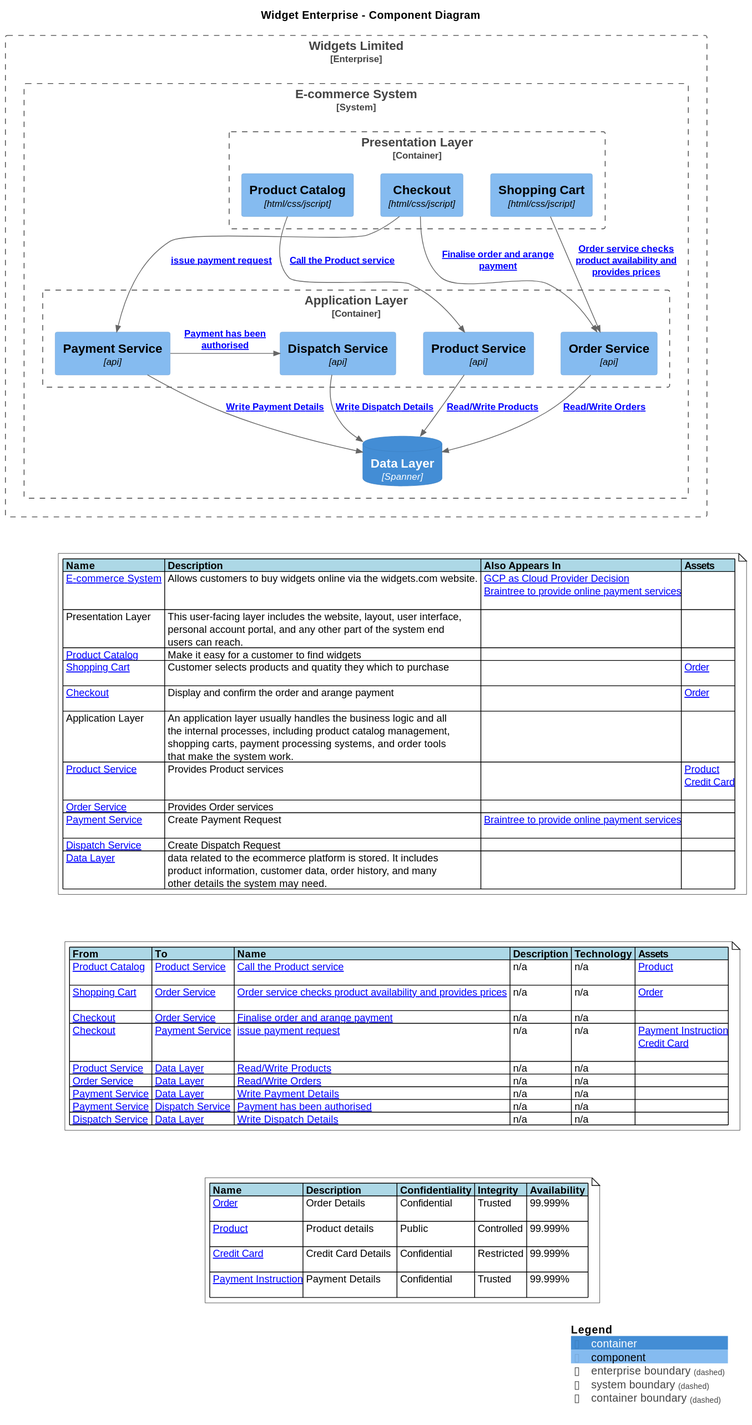
Earlier version of the PlantUML export docs/widget component view with assets.svg (gobravedave/C4-Plantuml-Helper).
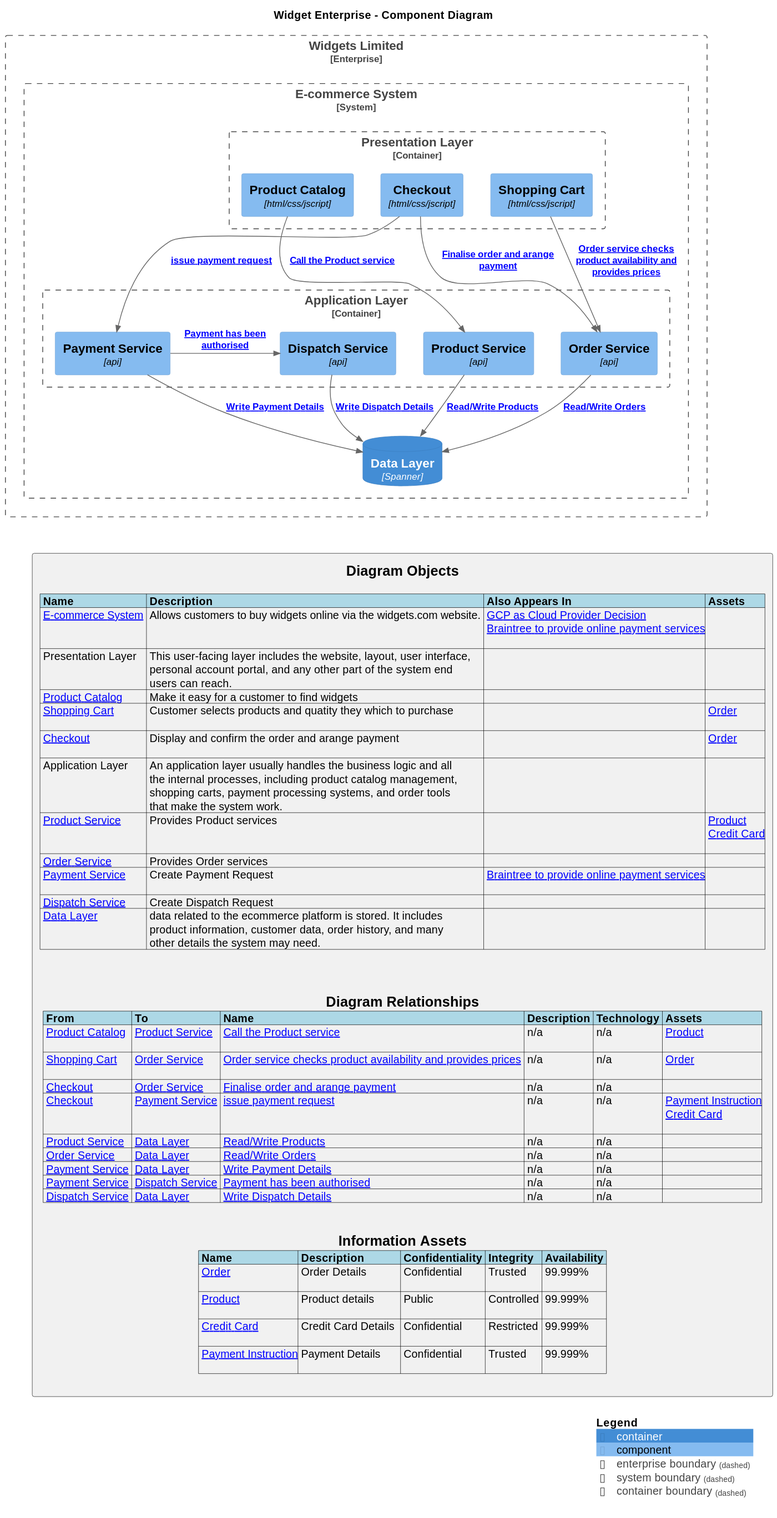
Later version of the same file.

Change to the diagram source:
```diff
@@ -5,13 +5,17 @@
 %set_variable_value("$INCLUDE_DESC", "N")
 %set_variable_value("$INCLUDE_ASSETS", "Y")
 C4_DIAGRAM(widget)
+rectangle c4h [
+=Diagram Objects
 SHOW_OBJECT_TABLE()
+
+=Diagram Relationships
 SHOW_REL_TABLE()
+
+=Information Assets
 SHOW_ASSET_TABLE()
+]
 SHOW_LEGEND()
 
-datatier.[hidden].c4h_object_table
-datatier.[hidden].c4h_object_table
-c4h_object_table.[hidden].c4h_relationship_table
-c4h_relationship_table.[hidden].c4h_asset_table
+datatier.[hidden].c4h
 @enduml
```
